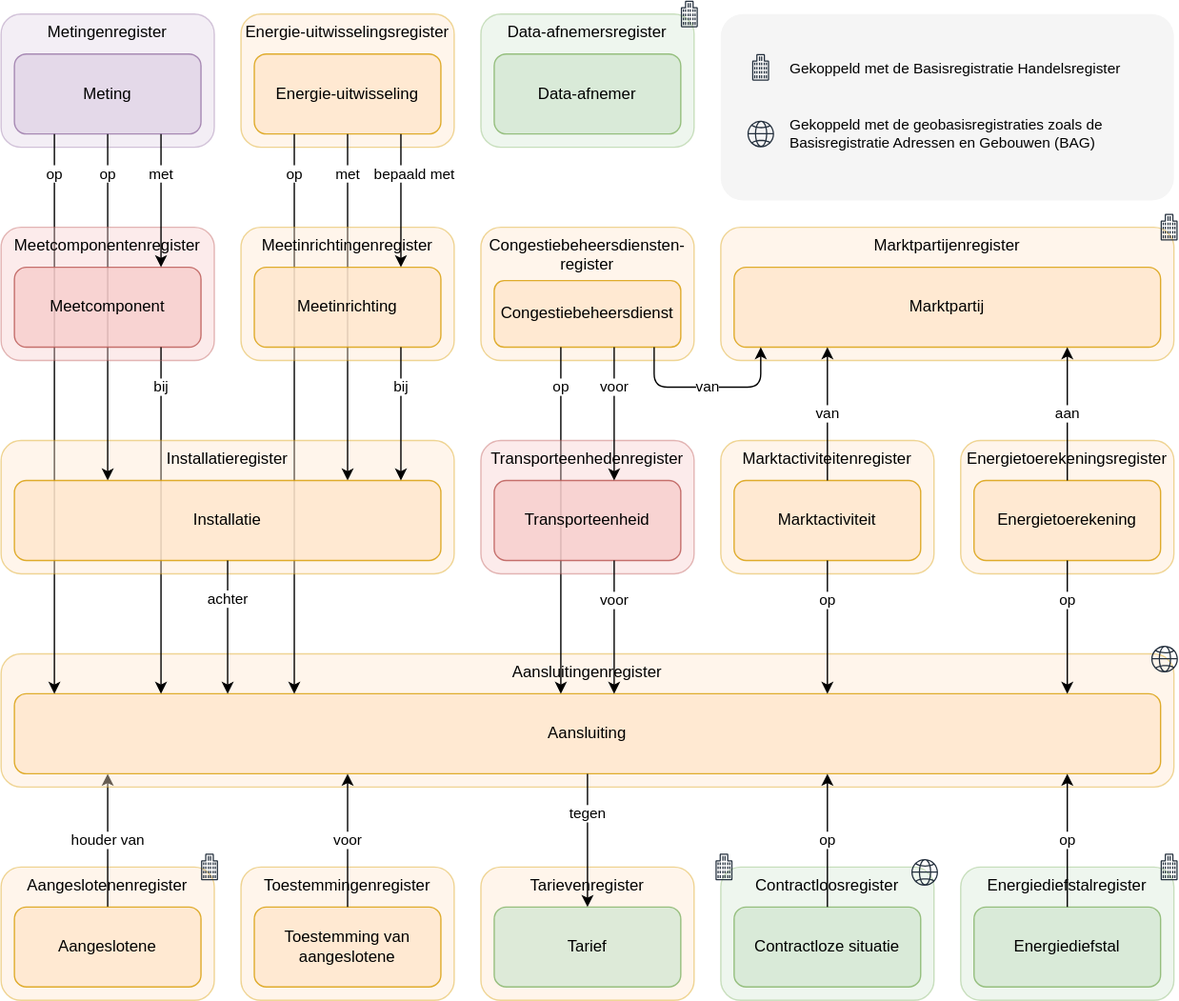
Before: docs/assets/images/stelselplaat.drawio.svg, a diagram exported from draw.io (Netbeheer-Nederland/stelsel). Source tidied: cells renumbered, new cells last; positions are measured from the earlier drawing's top-left corner, leaving out a move shared by most shapes.
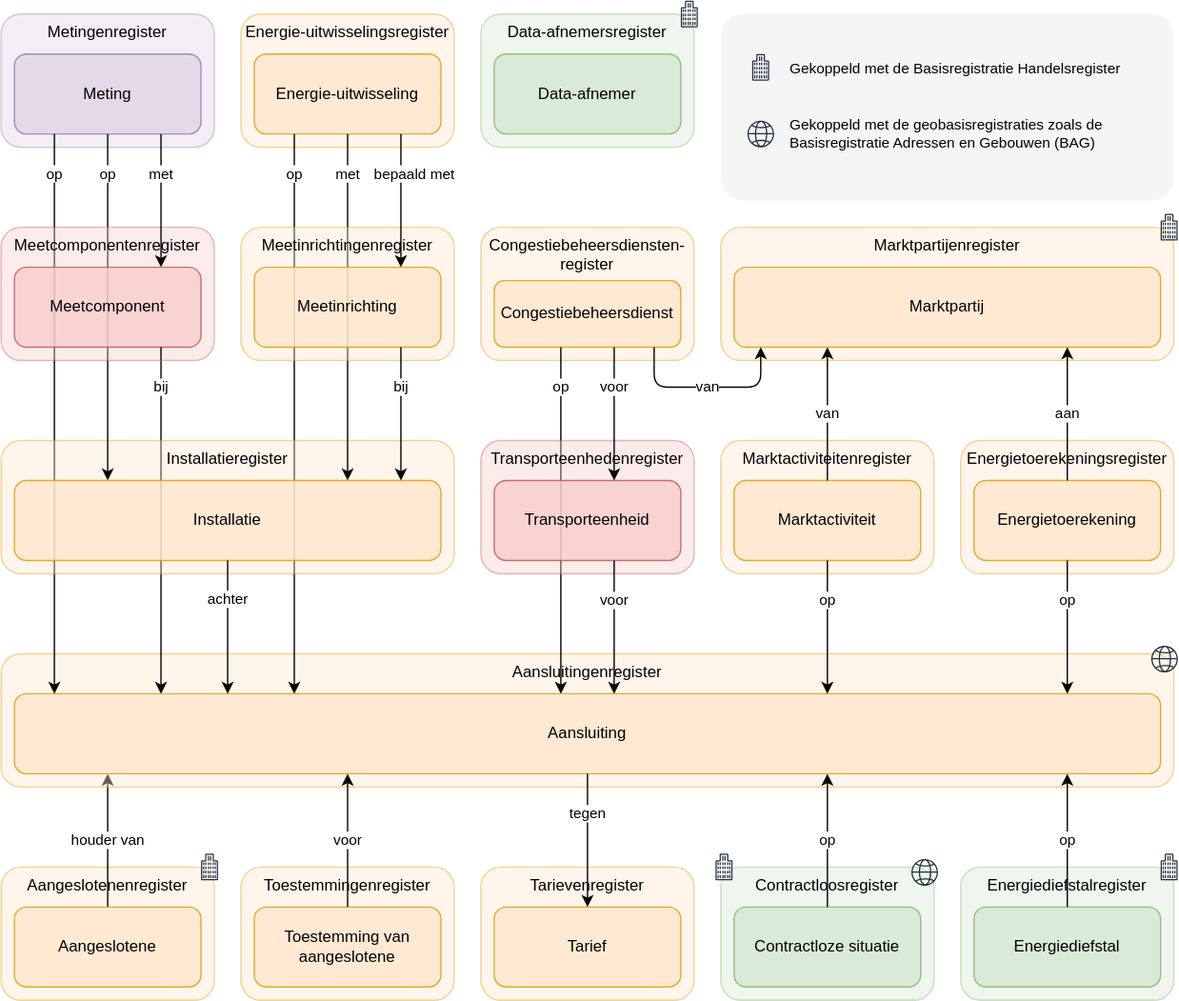
After the change.

What changed in the source:
```diff
@@ -64,7 +64,7 @@
     <mxCell id="20" value="Data-afnemersregister" style="rounded=1;whiteSpace=wrap;html=1;verticalAlign=top;horizontal=1;align=center;fillColor=#d5e8d4;strokeColor=#82b366;opacity=40;fontColor=default;" parent="1" vertex="1">
       <mxGeometry x="360" y="10" width="160" height="100" as="geometry" />
     </mxCell>
-    <mxCell id="21" value="Tarief" style="rounded=1;whiteSpace=wrap;html=1;fillColor=#d5e8d4;strokeColor=#82b366;opacity=80;fontColor=default;" parent="1" vertex="1">
+    <mxCell id="21" value="Tarief" style="rounded=1;whiteSpace=wrap;html=1;fillColor=#ffe6cc;strokeColor=#d79b00;opacity=80;" parent="1" vertex="1">
       <mxGeometry x="370" y="680" width="140" height="60" as="geometry" />
     </mxCell>
     <mxCell id="22" value="Data-afnemer" style="rounded=1;whiteSpace=wrap;html=1;fillColor=#d5e8d4;strokeColor=#82b366;opacity=80;fontColor=default;" parent="1" vertex="1">
```
